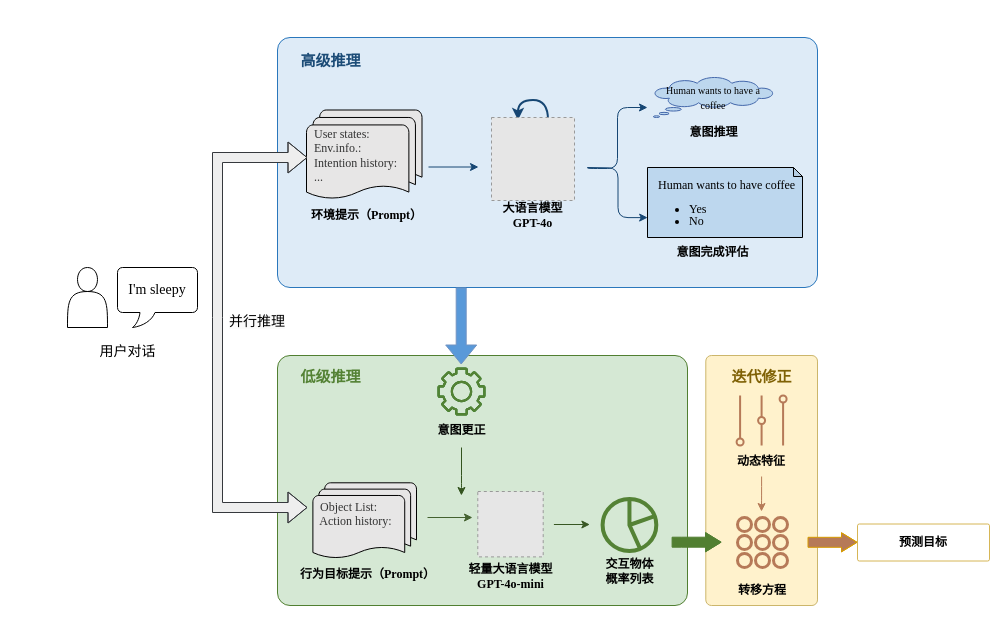
Earlier version of the draw.io diagram 预测方法框架.drawio (Rinco1018/project_test). Source tidied: cells renumbered, new cells numbered last; positions are measured from the earlier drawing's top-left corner, leaving out a move shared by most shapes. Both pictures are drawn from the tidied source at 100%, with x=0, y=0 at pixel (17, 17). Pictures stored in the file or linked from it are replaced by grey dashed boxes.
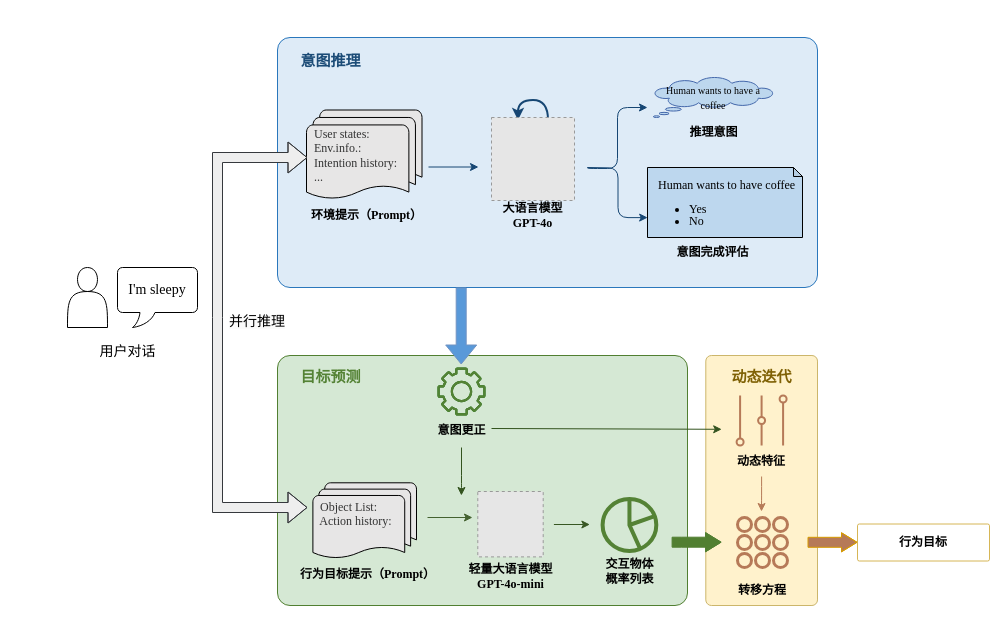
Above is the later version.

Commit message:
更新预测方法框架.drawio

Unchanged cells that the change refers to:
```xml
<mxCell id="37" style="group;" parent="35" vertex="1">
  <mxGeometry x="0.8" y="-120" width="135" height="130" as="geometry" />
</mxCell>
```

What changed in the source:
```diff
@@
-    <mxCell id="23" value="&lt;font style=&quot;font-size: 15px;&quot; face=&quot;Times New Roman&quot;&gt;高级推理&lt;/font&gt;" style="text;html=1;align=center;verticalAlign=middle;strokeColor=none;fillColor=none;fontColor=light-dark(#1c4c77, #a1cdf9);fontStyle=1;" parent="1" vertex="1">
+    <mxCell id="23" value="&lt;font style=&quot;font-size: 15px;&quot; face=&quot;Times New Roman&quot;&gt;意图推理&lt;/font&gt;" style="text;html=1;align=center;verticalAlign=middle;strokeColor=none;fillColor=none;fontColor=light-dark(#1c4c77, #a1cdf9);fontStyle=1;" parent="1" vertex="1">
       <mxGeometry x="273" y="28" width="80" height="30" as="geometry" />
     </mxCell>
-    <mxCell id="24" value="&lt;font style=&quot;font-size: 15px;&quot; face=&quot;Times New Roman&quot;&gt;低级推理&lt;/font&gt;" style="text;html=1;align=center;verticalAlign=middle;strokeColor=none;fillColor=none;fontColor=light-dark(#548235, #69c195);fontStyle=1;" parent="1" vertex="1">
+    <mxCell id="24" value="&lt;font face=&quot;Times New Roman&quot;&gt;&lt;span style=&quot;font-size: 15px;&quot;&gt;目标预测&lt;/span&gt;&lt;/font&gt;" style="text;html=1;align=center;verticalAlign=middle;strokeColor=none;fillColor=none;fontColor=light-dark(#548235, #69c195);fontStyle=1;" parent="1" vertex="1">
       <mxGeometry x="273" y="344" width="80" height="30" as="geometry" />
     </mxCell>
@@
-    <mxCell id="40" value="&lt;font face=&quot;Times New Roman&quot;&gt;&lt;b&gt;意图推理&lt;/b&gt;&lt;/font&gt;" style="text;html=1;align=center;verticalAlign=middle;strokeColor=none;fillColor=none;" parent="37" vertex="1">
+    <mxCell id="40" value="&lt;font face=&quot;Times New Roman&quot;&gt;&lt;b&gt;推理意图&lt;/b&gt;&lt;/font&gt;" style="text;html=1;align=center;verticalAlign=middle;strokeColor=none;fillColor=none;" parent="37" vertex="1">
       <mxGeometry x="30" y="100" width="70" height="30" as="geometry" />
     </mxCell>
@@
-    <mxCell id="48" value="&lt;b&gt;预测目标&lt;/b&gt;" style="rounded=1;arcSize=5;whiteSpace=wrap;html=1;fillColor=none;strokeColor=#d6b656;" parent="1" vertex="1">
+    <mxCell id="48" value="&lt;b&gt;行为目标&lt;/b&gt;" style="rounded=1;arcSize=5;whiteSpace=wrap;html=1;fillColor=none;strokeColor=#d6b656;" parent="1" vertex="1">
       <mxGeometry x="840" y="506.5" width="132" height="37" as="geometry" />
     </mxCell>
@@
-    <mxCell id="51" value="&lt;font face=&quot;Times New Roman&quot;&gt;&lt;span style=&quot;font-size: 15px;&quot;&gt;迭代修正&lt;/span&gt;&lt;/font&gt;" style="text;html=1;align=center;verticalAlign=middle;strokeColor=none;fillColor=none;fontColor=light-dark(#7f6105, #69c195);fontStyle=1;" parent="1" vertex="1">
+    <mxCell id="51" value="&lt;font face=&quot;Times New Roman&quot;&gt;&lt;span style=&quot;font-size: 15px;&quot;&gt;动态迭代&lt;/span&gt;&lt;/font&gt;" style="text;html=1;align=center;verticalAlign=middle;strokeColor=none;fillColor=none;fontColor=light-dark(#7f6105, #69c195);fontStyle=1;" parent="1" vertex="1">
       <mxGeometry x="704.1" y="344" width="80" height="30" as="geometry" />
     </mxCell>
@@
+    <mxCell id="62" style="endArrow=classic;html=1;rounded=1;exitX=1.011;exitY=0.541;exitDx=0;exitDy=0;exitPerimeter=0;strokeColor=light-dark(#33531e, #28ab6a);align=center;verticalAlign=middle;fontFamily=Helvetica;fontSize=11;fontColor=default;labelBackgroundColor=default;horizontal=1;curved=0;fillColor=#1ba1e2;" parent="1" edge="1">
+      <mxGeometry relative="1" as="geometry">
+        <mxPoint x="474" y="411" as="sourcePoint" />
+        <mxPoint x="704.2" y="411.8" as="targetPoint" />
+      </mxGeometry>
+    </mxCell>
```
